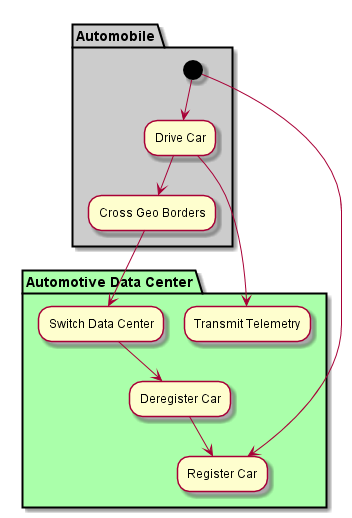
Above: docs/Actors/Automobile/Activity.png in CAADE/ADC (PlantUML), before the change. The source it was exported from:
```plantuml
@startuml


partition "Automobile"  #cccccc {
  (*) --> "Drive Car"
  "Drive Car" --> "Cross Geo Borders"
}

partition "Automotive Data Center" #aaffaa {
  (*) --> "Register Car"
  "Drive Car" --> "Transmit Telemetry"
  "Cross Geo Borders" --> "Switch Data Center"
  "Switch Data Center" --> "Deregister Car"
  "Deregister Car" --> "Register Car"
}

@enduml
```
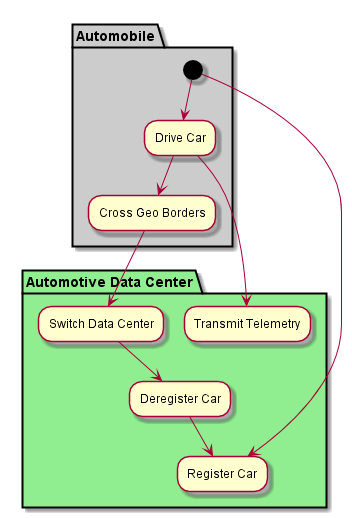
Above is the later version.

What changed in the source:
```diff
@@ -6,7 +6,7 @@
   "Drive Car" --> "Cross Geo Borders"
 }
 
-partition "Automotive Data Center" #aaffaa {
+partition "Automotive Data Center" #lightgreen {
   (*) --> "Register Car"
   "Drive Car" --> "Transmit Telemetry"
   "Cross Geo Borders" --> "Switch Data Center"
```
